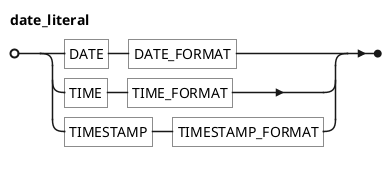
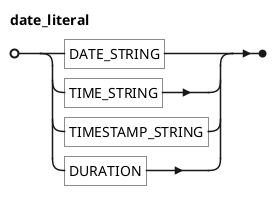
@startebnf
' border and background
skinparam legendBorderColor transparent
skinparam legendBackgroundColor white

'title date_literal

date_literal =
-   "DATE", "DATE_FORMAT"
- | "TIME", "TIME_FORMAT"
- | "TIMESTAMP", "TIMESTAMP_FORMAT"
+   "DATE_STRING"
+ | "TIME_STRING"
+ | "TIMESTAMP_STRING"
+ | "DURATION"
;


@endebnf
